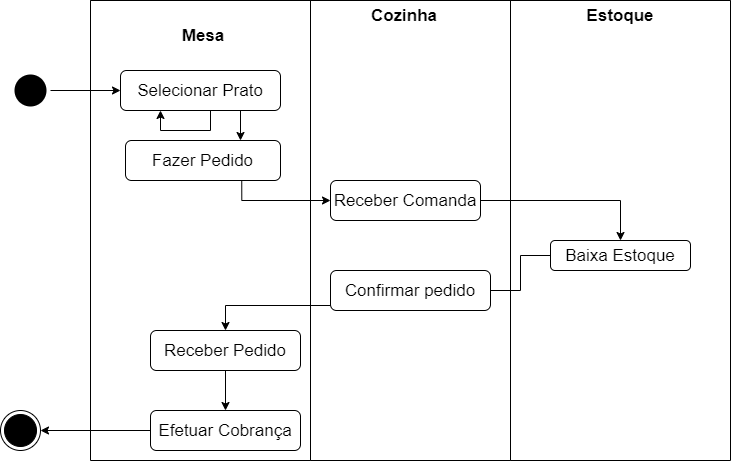
This is DiagramaDeAtividade-EstruturaDoPedido.drawio.png from hinname/project-Restaurant, a draw.io export, as it was before one commit. Source tidied: cells renumbered, new cells last; positions are measured from the earlier drawing's top-left corner, leaving out a move shared by most shapes. Its diagram source:
```xml
<mxGraphModel>
  <root>
    <mxCell id="0" />
    <mxCell id="1" parent="0" />
    <mxCell id="2" style="ellipse;html=1;shape=endState;fillColor=#000000;strokeColor=default;" parent="1" vertex="1">
      <mxGeometry y="410" width="40" height="40" as="geometry" />
    </mxCell>
    <mxCell id="3" style="edgeStyle=orthogonalEdgeStyle;rounded=0;jettySize=auto;html=1;fontSize=17;entryX=1;entryY=0.5;entryDx=0;entryDy=0;" parent="1" edge="1" target="2">
      <mxGeometry relative="1" as="geometry">
        <mxPoint x="150" y="430" as="sourcePoint" />
      </mxGeometry>
    </mxCell>
    <mxCell id="4" style="ellipse;html=1;shape=endState;fillColor=#000000;strokeColor=none;" parent="1" vertex="1">
      <mxGeometry x="10" y="70" width="40" height="40" as="geometry" />
    </mxCell>
    <mxCell id="5" style="endArrow=classic;html=1;rounded=0;fontSize=17;edgeStyle=orthogonalEdgeStyle;exitX=0.75;exitY=1;exitDx=0;exitDy=0;entryX=0;entryY=0.5;entryDx=0;entryDy=0;" parent="1" edge="1" source="11" target="18">
      <mxGeometry relative="1" as="geometry" />
    </mxCell>
    <mxCell id="6" style="endArrow=classic;html=1;rounded=0;fontSize=17;edgeStyle=orthogonalEdgeStyle;exitX=1;exitY=0.5;exitDx=0;exitDy=0;entryX=0.5;entryY=0;entryDx=0;entryDy=0;" parent="1" edge="1" source="18" target="21">
      <mxGeometry relative="1" as="geometry">
        <Array as="points">
          <mxPoint x="620" y="200" />
        </Array>
      </mxGeometry>
    </mxCell>
    <mxCell id="7" value="Efetuar Cobrança" style="rounded=1;whiteSpace=wrap;html=1;fontSize=17;" parent="1" vertex="1">
      <mxGeometry x="150" y="410" width="150" height="40" as="geometry" />
    </mxCell>
    <mxCell id="8" style="endArrow=classic;html=1;rounded=0;fontSize=17;edgeStyle=orthogonalEdgeStyle;exitX=0;exitY=0.5;exitDx=0;exitDy=0;startArrow=none;" parent="1" edge="1" source="17" target="15">
      <mxGeometry relative="1" as="geometry">
        <Array as="points">
          <mxPoint x="225" y="305" />
        </Array>
      </mxGeometry>
    </mxCell>
    <mxCell id="9" style="endArrow=classic;html=1;rounded=0;fontSize=17;edgeStyle=orthogonalEdgeStyle;entryX=0.5;entryY=0;entryDx=0;entryDy=0;exitX=0.5;exitY=1;exitDx=0;exitDy=0;" parent="1" edge="1" source="15" target="7">
      <mxGeometry relative="1" as="geometry" />
    </mxCell>
    <mxCell id="10" style="swimlane;startSize=0;fontSize=17;strokeColor=default;fillColor=#000000;gradientColor=none;" parent="1" vertex="1">
      <mxGeometry x="90" width="220" height="460" as="geometry" />
    </mxCell>
    <mxCell id="11" value="Fazer Pedido" style="rounded=1;whiteSpace=wrap;html=1;fontSize=17;" parent="10" vertex="1">
      <mxGeometry x="35" y="140" width="155" height="40" as="geometry" />
    </mxCell>
    <mxCell id="12" value="&lt;font style=&quot;font-size: 17px&quot;&gt;&lt;b&gt;Mesa&lt;/b&gt;&lt;/font&gt;" style="text;html=1;strokeColor=none;fillColor=none;align=center;verticalAlign=middle;whiteSpace=wrap;rounded=0;" parent="10" vertex="1">
      <mxGeometry x="82.5" y="20" width="60" height="30" as="geometry" />
    </mxCell>
    <mxCell id="13" value="Selecionar Prato" style="rounded=1;whiteSpace=wrap;html=1;fontSize=17;" parent="10" vertex="1">
      <mxGeometry x="30" y="70" width="160" height="40" as="geometry" />
    </mxCell>
    <mxCell id="14" style="endArrow=classic;html=1;rounded=0;fontSize=17;edgeStyle=orthogonalEdgeStyle;exitX=0.5;exitY=1;exitDx=0;exitDy=0;" parent="10" edge="1" source="13" target="13">
      <mxGeometry relative="1" as="geometry">
        <Array as="points">
          <mxPoint x="120" y="110" />
          <mxPoint x="120" y="130" />
          <mxPoint x="70" y="130" />
        </Array>
      </mxGeometry>
    </mxCell>
    <mxCell id="15" value="Receber Pedido" style="rounded=1;whiteSpace=wrap;html=1;fontSize=17;" parent="10" vertex="1">
      <mxGeometry x="60" y="330" width="150" height="40" as="geometry" />
    </mxCell>
    <mxCell id="16" style="swimlane;startSize=0;fontSize=17;strokeColor=default;fillColor=#000000;gradientColor=none;" parent="1" vertex="1">
      <mxGeometry x="310" width="200" height="460" as="geometry" />
    </mxCell>
    <mxCell id="17" value="Confirmar pedido" style="rounded=1;whiteSpace=wrap;html=1;fontSize=17;" parent="16" vertex="1">
      <mxGeometry x="20" y="270" width="160" height="40" as="geometry" />
    </mxCell>
    <mxCell id="18" value="Receber Comanda" style="rounded=1;whiteSpace=wrap;html=1;fontSize=17;" parent="16" vertex="1">
      <mxGeometry x="20" y="180" width="150" height="40" as="geometry" />
    </mxCell>
    <mxCell id="19" value="&lt;font style=&quot;font-size: 17px&quot;&gt;Cozinha&lt;/font&gt;" style="text;html=1;strokeColor=none;fillColor=none;align=center;verticalAlign=middle;whiteSpace=wrap;rounded=0;fontStyle=1;" parent="16" vertex="1">
      <mxGeometry x="64" width="60" height="30" as="geometry" />
    </mxCell>
    <mxCell id="20" style="swimlane;startSize=0;fontSize=17;strokeColor=default;fillColor=#000000;gradientColor=none;" parent="1" vertex="1">
      <mxGeometry x="510" width="220" height="460" as="geometry" />
    </mxCell>
    <mxCell id="21" value="Baixa Estoque" style="rounded=1;whiteSpace=wrap;html=1;fontSize=17;fontStyle=0;" parent="20" vertex="1">
      <mxGeometry x="40" y="240" width="140" height="30" as="geometry" />
    </mxCell>
    <mxCell id="22" value="&lt;font style=&quot;font-size: 17px&quot;&gt;Estoque&lt;/font&gt;" style="text;html=1;strokeColor=none;fillColor=none;align=center;verticalAlign=middle;whiteSpace=wrap;rounded=0;fontStyle=1;" parent="20" vertex="1">
      <mxGeometry x="80" width="60" height="30" as="geometry" />
    </mxCell>
    <mxCell id="23" style="endArrow=none;html=1;rounded=0;fontSize=17;edgeStyle=orthogonalEdgeStyle;exitX=0;exitY=0.5;exitDx=0;exitDy=0;" parent="1" edge="1" source="21" target="17">
      <mxGeometry relative="1" as="geometry" />
    </mxCell>
    <mxCell id="24" style="endArrow=classic;html=1;rounded=0;fontSize=17;edgeStyle=orthogonalEdgeStyle;entryX=0;entryY=0.5;entryDx=0;entryDy=0;" parent="1" edge="1" source="4" target="13">
      <mxGeometry relative="1" as="geometry" />
    </mxCell>
    <mxCell id="25" style="endArrow=classic;html=1;rounded=0;fontSize=17;edgeStyle=orthogonalEdgeStyle;exitX=0.75;exitY=1;exitDx=0;exitDy=0;" parent="1" edge="1" source="13">
      <mxGeometry relative="1" as="geometry">
        <mxPoint x="240" y="140" as="targetPoint" />
      </mxGeometry>
    </mxCell>
  </root>
</mxGraphModel>
```
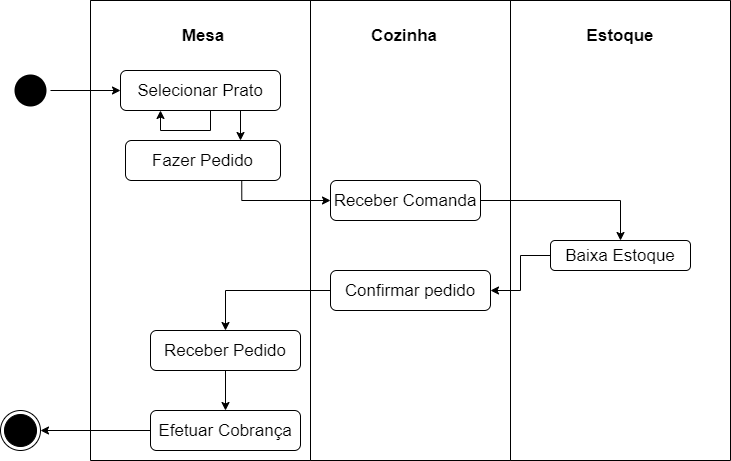
The same diagram one commit later.

What changed in the source:
```diff
@@ -29,7 +29,7 @@
     <mxCell id="8" style="endArrow=classic;html=1;rounded=0;fontSize=17;edgeStyle=orthogonalEdgeStyle;exitX=0;exitY=0.5;exitDx=0;exitDy=0;startArrow=none;" parent="1" edge="1" source="17" target="15">
       <mxGeometry relative="1" as="geometry">
         <Array as="points">
-          <mxPoint x="225" y="305" />
+          <mxPoint x="225" y="290" />
         </Array>
       </mxGeometry>
     </mxCell>
@@ -70,7 +70,7 @@
       <mxGeometry x="20" y="180" width="150" height="40" as="geometry" />
     </mxCell>
     <mxCell id="19" value="&lt;font style=&quot;font-size: 17px&quot;&gt;Cozinha&lt;/font&gt;" style="text;html=1;strokeColor=none;fillColor=none;align=center;verticalAlign=middle;whiteSpace=wrap;rounded=0;fontStyle=1;" parent="16" vertex="1">
-      <mxGeometry x="64" width="60" height="30" as="geometry" />
+      <mxGeometry x="64" y="20" width="60" height="30" as="geometry" />
     </mxCell>
     <mxCell id="20" style="swimlane;startSize=0;fontSize=17;strokeColor=default;fillColor=#000000;gradientColor=none;" parent="1" vertex="1">
       <mxGeometry x="510" width="220" height="460" as="geometry" />
@@ -79,11 +79,8 @@
       <mxGeometry x="40" y="240" width="140" height="30" as="geometry" />
     </mxCell>
     <mxCell id="22" value="&lt;font style=&quot;font-size: 17px&quot;&gt;Estoque&lt;/font&gt;" style="text;html=1;strokeColor=none;fillColor=none;align=center;verticalAlign=middle;whiteSpace=wrap;rounded=0;fontStyle=1;" parent="20" vertex="1">
-      <mxGeometry x="80" width="60" height="30" as="geometry" />
+      <mxGeometry x="80" y="20" width="60" height="30" as="geometry" />
     </mxCell>
-    <mxCell id="23" style="endArrow=none;html=1;rounded=0;fontSize=17;edgeStyle=orthogonalEdgeStyle;exitX=0;exitY=0.5;exitDx=0;exitDy=0;" parent="1" edge="1" source="21" target="17">
-      <mxGeometry relative="1" as="geometry" />
-    </mxCell>
     <mxCell id="24" style="endArrow=classic;html=1;rounded=0;fontSize=17;edgeStyle=orthogonalEdgeStyle;entryX=0;entryY=0.5;entryDx=0;entryDy=0;" parent="1" edge="1" source="4" target="13">
       <mxGeometry relative="1" as="geometry" />
     </mxCell>
@@ -92,5 +89,13 @@
         <mxPoint x="240" y="140" as="targetPoint" />
       </mxGeometry>
     </mxCell>
+    <mxCell id="23" style="endArrow=classic;html=1;rounded=0;fontSize=17;edgeStyle=orthogonalEdgeStyle;exitX=0;exitY=0.5;exitDx=0;exitDy=0;startArrow=none;entryX=1;entryY=0.5;entryDx=0;entryDy=0;" parent="1" edge="1" source="21" target="17">
+      <mxGeometry relative="1" as="geometry">
+        <Array as="points">
+          <mxPoint x="520" y="255" />
+          <mxPoint x="520" y="290" />
+        </Array>
+      </mxGeometry>
+    </mxCell>
   </root>
 </mxGraphModel>
```
